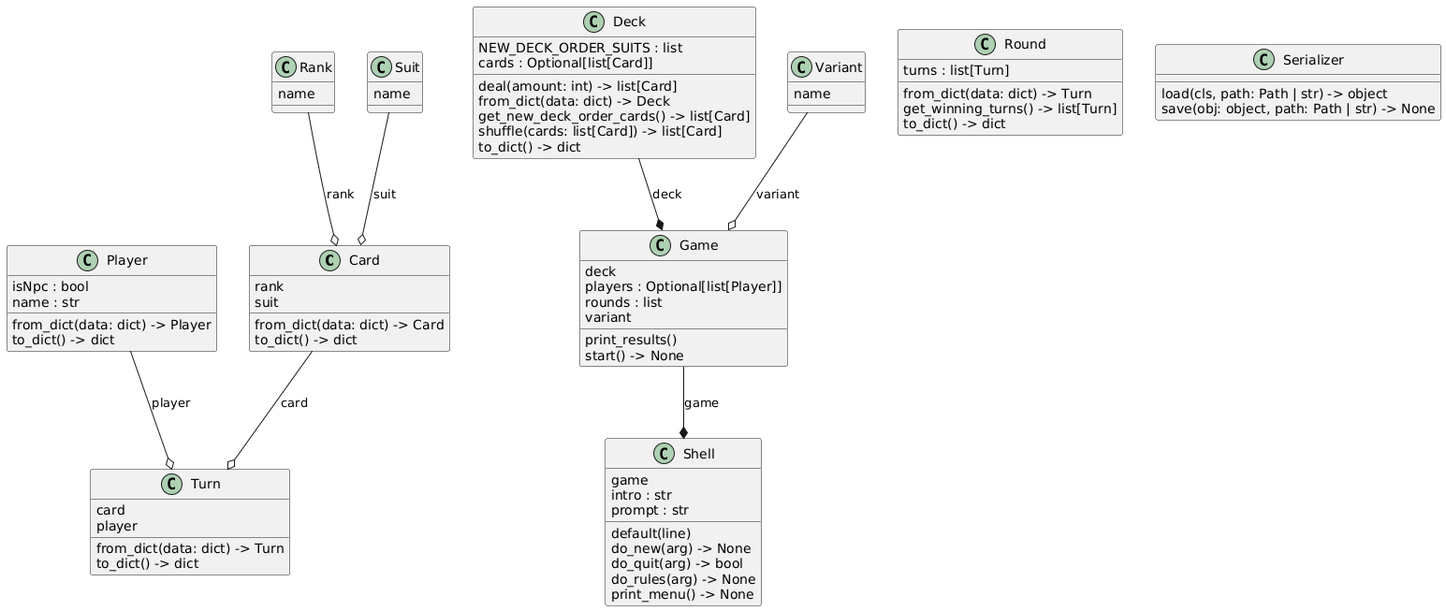
This is docs/uml/png/classes_war.png from b3h3m0th/war, a PlantUML export, as it was before one commit.
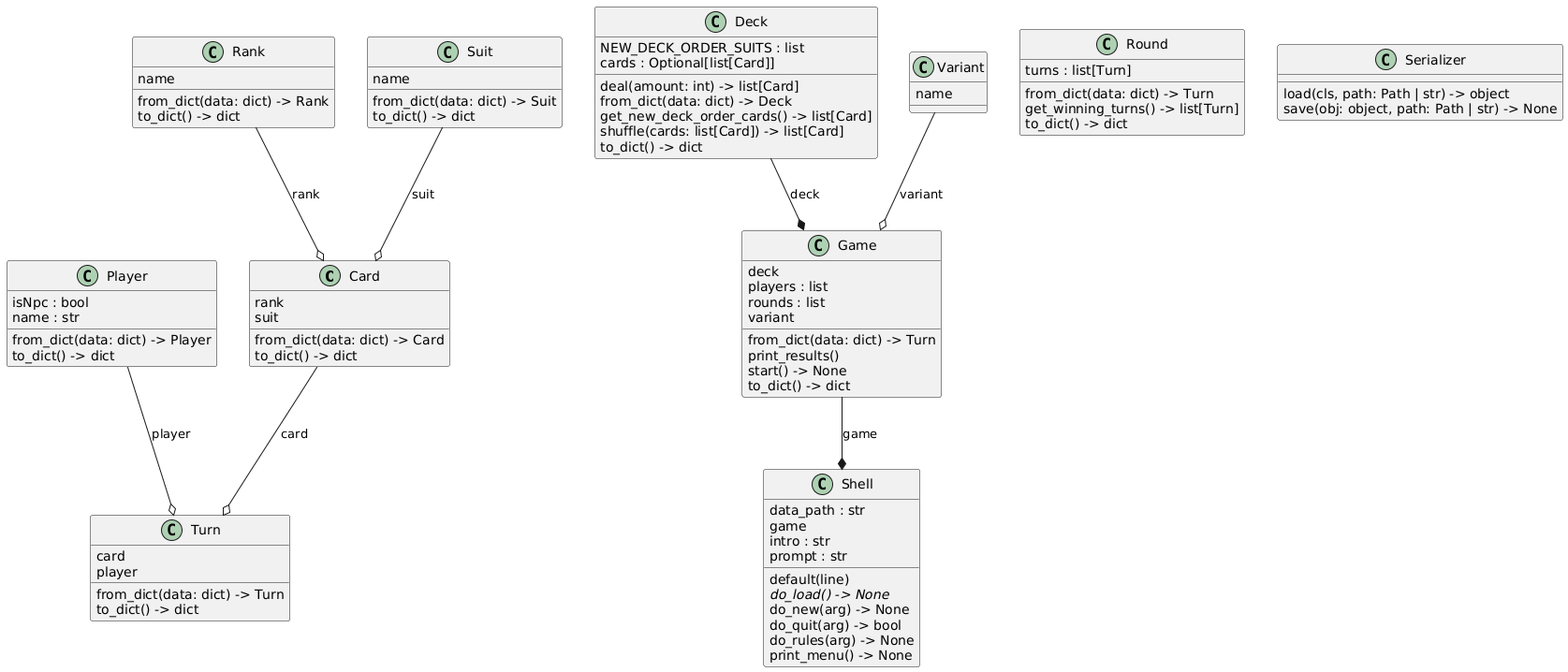
The same diagram one commit later.

The edit, as a diff of the source:
```diff
@@ -17,11 +17,13 @@
 }
 class "Game" as models.game.Game {
   deck
-  players : Optional[list[Player]]
+  players : list
   rounds : list
   variant
+  from_dict(data: dict) -> Turn
   print_results()
   start() -> None
+  to_dict() -> dict
 }
 class "Player" as models.player.Player {
   isNpc : bool
@@ -31,6 +33,8 @@
 }
 class "Rank" as enums.rank.Rank {
   name
+  from_dict(data: dict) -> Rank
+  to_dict() -> dict
 }
 class "Round" as models.round.Round {
   turns : list[Turn]
@@ -43,10 +47,12 @@
   save(obj: object, path: Path | str) -> None
 }
 class "Shell" as models.shell.Shell {
+  data_path : str
   game
   intro : str
   prompt : str
   default(line)
+  {abstract}do_load() -> None
   do_new(arg) -> None
   do_quit(arg) -> bool
   do_rules(arg) -> None
@@ -54,6 +60,8 @@
 }
 class "Suit" as enums.suit.Suit {
   name
+  from_dict(data: dict) -> Suit
+  to_dict() -> dict
 }
 class "Turn" as models.turn.Turn {
   card
```
